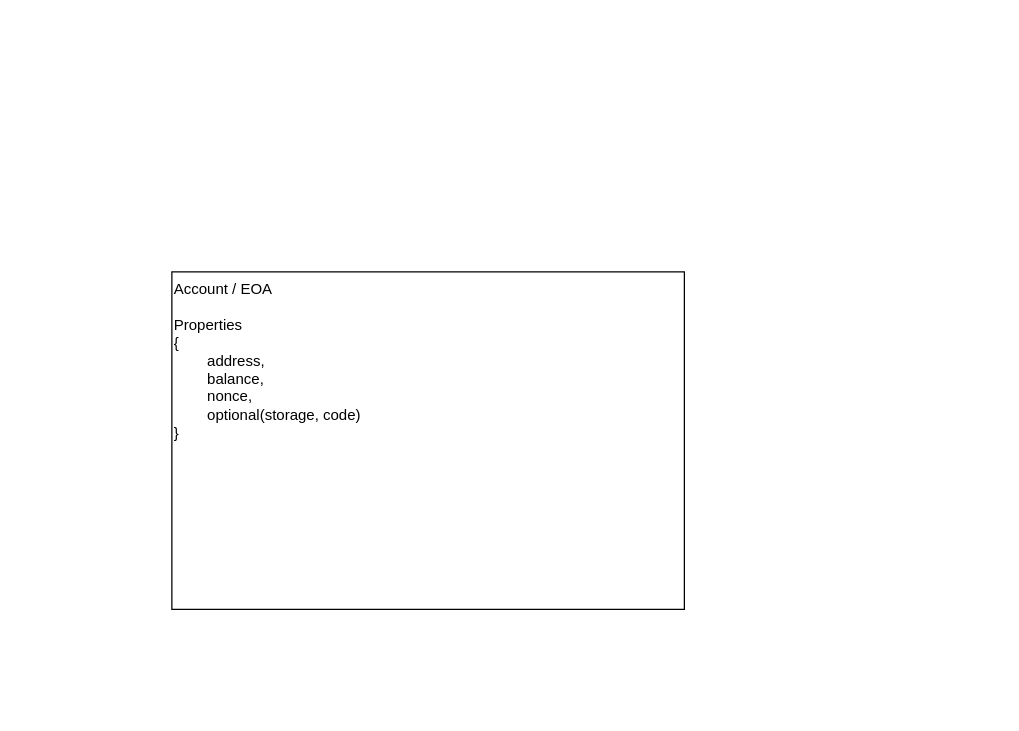
Earlier version of the draw.io diagram web3-wallet.drawio (AC-YoY/diagram-storage). Source tidied: cells renumbered, new cells numbered last; positions are measured from the earlier drawing's top-left corner, leaving out a move shared by most shapes. Both pictures are drawn from the tidied source at 125%, with x=0, y=0 at pixel (171, 271).
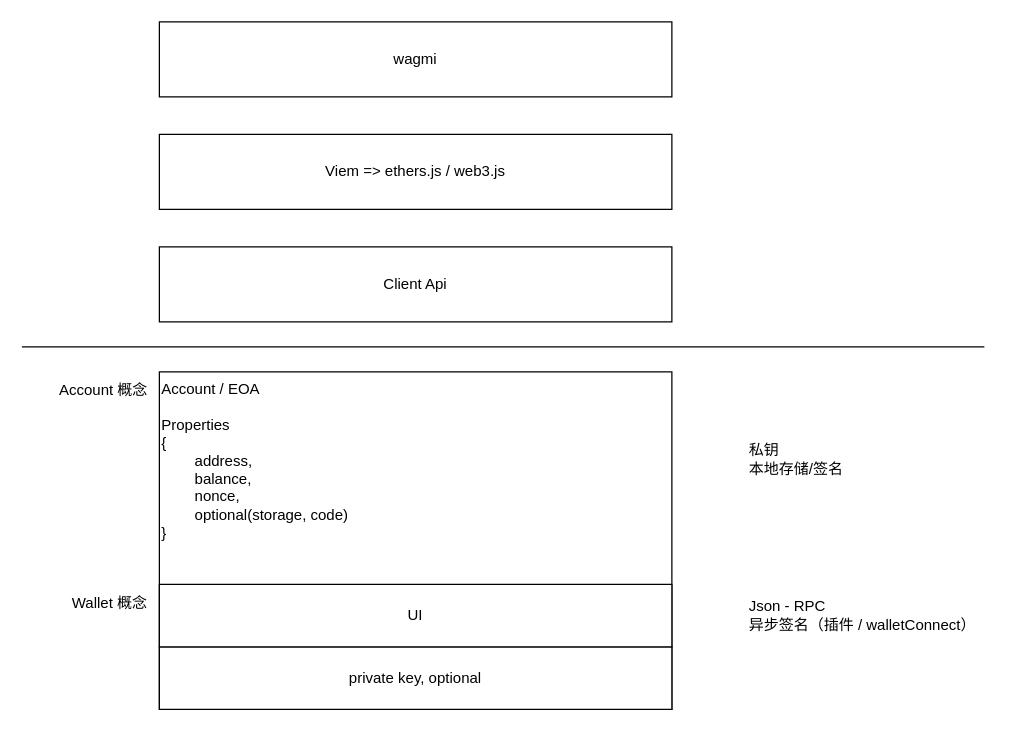
The same diagram, later.

What changed in the source:
```diff
@@
 <mxGraphModel>
   <root>
     <mxCell id="0" />
     <mxCell id="1" parent="0" />
+    <mxCell id="3" style="group;" parent="1" vertex="1">
+      <mxGeometry x="-90" y="80" width="490" height="270" as="geometry" />
+    </mxCell>
+    <mxCell id="4" style="group;" parent="3" vertex="1">
+      <mxGeometry x="-10" width="500" height="270" as="geometry" />
+    </mxCell>
+    <mxCell id="5" style="group;" parent="4" vertex="1">
+      <mxGeometry x="90" width="410" height="270" as="geometry" />
+    </mxCell>
-    <mxCell id="2" value="Account / EOA&lt;div&gt;&lt;br&gt;&lt;/div&gt;&lt;div&gt;Properties&lt;/div&gt;&lt;div&gt;{&lt;/div&gt;&lt;div&gt;&lt;span style=&quot;white-space: pre;&quot;&gt;&#9;&lt;/span&gt;address,&lt;br&gt;&lt;span style=&quot;white-space: pre;&quot;&gt;&#9;&lt;/span&gt;balance,&lt;br&gt;&lt;/div&gt;&lt;div&gt;&lt;span style=&quot;white-space: pre;&quot;&gt;&#9;&lt;/span&gt;nonce,&lt;br&gt;&lt;/div&gt;&lt;div&gt;&lt;span style=&quot;white-space: pre;&quot;&gt;&#9;&lt;/span&gt;optional(storage, code)&lt;br&gt;&lt;/div&gt;&lt;div&gt;}&lt;br&gt;&lt;br&gt;&lt;/div&gt;" style="rounded=0;whiteSpace=wrap;html=1;align=left;verticalAlign=top;" parent="1" vertex="1">
+    <mxCell id="2" value="Account / EOA&lt;div&gt;&lt;br&gt;&lt;/div&gt;&lt;div&gt;Properties&lt;/div&gt;&lt;div&gt;{&lt;/div&gt;&lt;div&gt;&lt;span style=&quot;white-space: pre;&quot;&gt;&#9;&lt;/span&gt;address,&lt;br&gt;&lt;span style=&quot;white-space: pre;&quot;&gt;&#9;&lt;/span&gt;balance,&lt;br&gt;&lt;/div&gt;&lt;div&gt;&lt;span style=&quot;white-space: pre;&quot;&gt;&#9;&lt;/span&gt;nonce,&lt;br&gt;&lt;/div&gt;&lt;div&gt;&lt;span style=&quot;white-space: pre;&quot;&gt;&#9;&lt;/span&gt;optional(storage, code)&lt;br&gt;&lt;/div&gt;&lt;div&gt;}&lt;br&gt;&lt;br&gt;&lt;/div&gt;" style="rounded=0;whiteSpace=wrap;html=1;align=left;verticalAlign=top;" parent="5" vertex="1">
       <mxGeometry width="410" height="270" as="geometry" />
     </mxCell>
+    <mxCell id="6" value="private key, optional" style="rounded=0;whiteSpace=wrap;html=1;" parent="5" vertex="1">
+      <mxGeometry y="220" width="410" height="50" as="geometry" />
+    </mxCell>
+    <mxCell id="7" value="UI" style="rounded=0;whiteSpace=wrap;html=1;" parent="5" vertex="1">
+      <mxGeometry y="170" width="410" height="50" as="geometry" />
+    </mxCell>
+    <mxCell id="8" value="Account 概念" style="text;html=1;align=center;verticalAlign=middle;strokeColor=none;fillColor=none;" parent="4" vertex="1">
+      <mxGeometry width="90" height="30" as="geometry" />
+    </mxCell>
+    <mxCell id="9" value="Wallet 概念" style="text;html=1;align=center;verticalAlign=middle;strokeColor=none;fillColor=none;" parent="4" vertex="1">
+      <mxGeometry x="10" y="170" width="80" height="30" as="geometry" />
+    </mxCell>
+    <mxCell id="10" style="endArrow=none;html=1;rounded=0;" parent="1" edge="1">
+      <mxGeometry relative="1" as="geometry">
+        <mxPoint x="-120" y="60" as="sourcePoint" />
+        <mxPoint x="650" y="60" as="targetPoint" />
+      </mxGeometry>
+    </mxCell>
+    <mxCell id="11" value="Client Api" style="rounded=0;whiteSpace=wrap;html=1;" parent="1" vertex="1">
+      <mxGeometry x="-10" y="-20" width="410" height="60" as="geometry" />
+    </mxCell>
+    <mxCell id="12" value="Viem =&amp;gt; ethers.js / web3.js" style="rounded=0;whiteSpace=wrap;html=1;" parent="1" vertex="1">
+      <mxGeometry x="-10" y="-110" width="410" height="60" as="geometry" />
+    </mxCell>
+    <mxCell id="13" value="wagmi" style="rounded=0;whiteSpace=wrap;html=1;" parent="1" vertex="1">
+      <mxGeometry x="-10" y="-200" width="410" height="60" as="geometry" />
+    </mxCell>
+    <mxCell id="14" value="私钥&lt;br&gt;本地存储/签名" style="text;html=1;align=left;verticalAlign=middle;strokeColor=none;fillColor=none;" parent="1" vertex="1">
+      <mxGeometry x="460" y="130" width="100" height="40" as="geometry" />
+    </mxCell>
+    <mxCell id="15" value="Json - RPC&lt;br&gt;异步签名（插件 / walletConnect）" style="text;html=1;align=left;verticalAlign=middle;strokeColor=none;fillColor=none;" parent="1" vertex="1">
+      <mxGeometry x="460" y="255" width="200" height="40" as="geometry" />
+    </mxCell>
   </root>
 </mxGraphModel>
```
